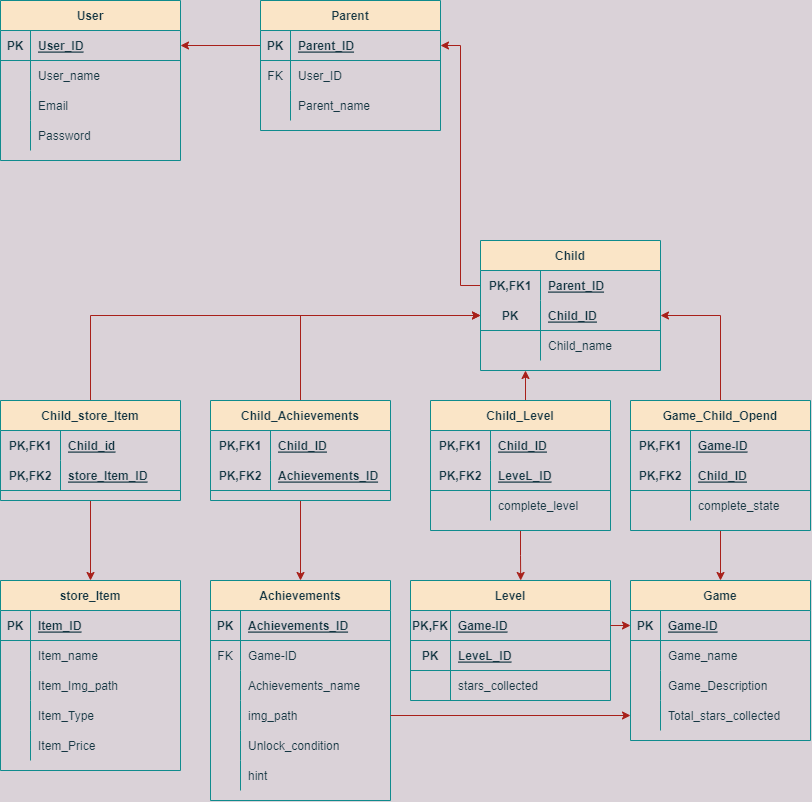
Before: Diagrams/images/Database_Schema-Page-2.drawio.png, a diagram exported from draw.io (LUDOOS/LUDOSDOCS). Source tidied: cells renumbered, new cells last; positions are measured from the earlier drawing's top-left corner, leaving out a move shared by most shapes.
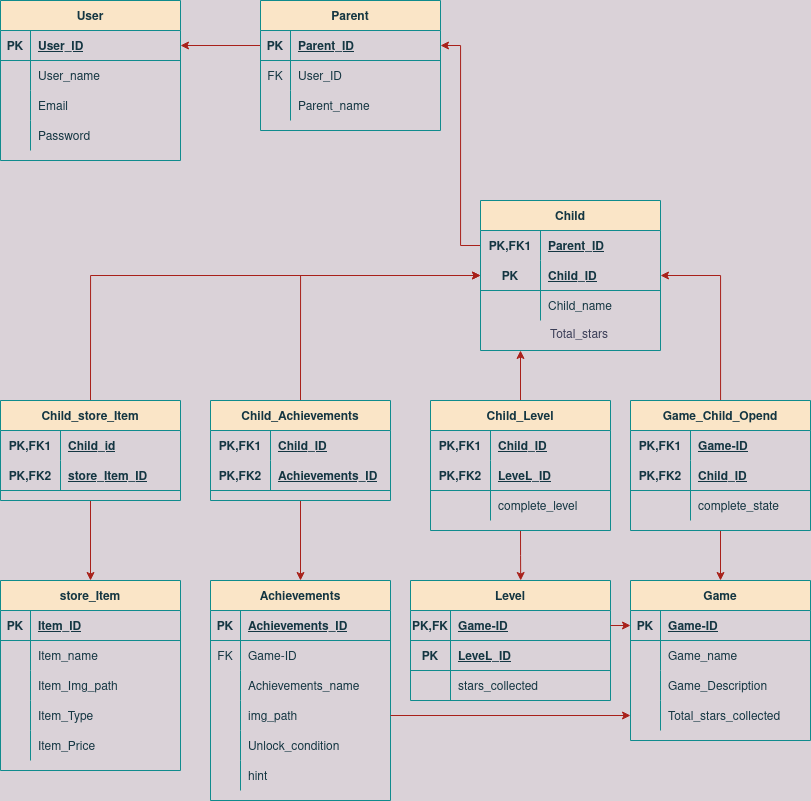
After the change.

Commit message:
update the class diagram and the db schema and erd

The edit, as a diff of the source:
```diff
@@ -78,7 +78,7 @@
       <mxGeometry relative="1" as="geometry" />
     </mxCell>
     <mxCell id="27" value="Child" style="shape=table;startSize=30;rowLines=0;fontStyle=1;align=center;labelBorderColor=none;fontColor=#143642;fillColor=#FAE5C7;strokeColor=#0F8B8D;" parent="1" vertex="1">
-      <mxGeometry x="480" y="240" width="180" height="130" as="geometry" />
+      <mxGeometry x="480" y="200" width="180" height="150" as="geometry" />
     </mxCell>
     <mxCell id="28" style="shape=tableRow;horizontal=0;startSize=0;swimlaneHead=0;swimlaneBody=0;fillColor=none;points=[[0,0.5],[1,0.5]];portConstraint=eastwest;top=0;left=0;right=0;bottom=0;labelBorderColor=none;fontColor=#143642;strokeColor=#0F8B8D;" parent="27" vertex="1">
       <mxGeometry y="30" width="180" height="30" as="geometry" />
@@ -323,8 +323,10 @@
     <mxCell id="108" style="edgeStyle=orthogonalEdgeStyle;rounded=0;jettySize=auto;html=1;exitX=0.5;exitY=1;exitDx=0;exitDy=0;entryX=0.551;entryY=0;entryDx=0;entryDy=0;entryPerimeter=0;fontColor=#143642;labelBackgroundColor=#DAD2D8;strokeColor=#A8201A;" parent="1" edge="1" source="110" target="62">
       <mxGeometry relative="1" as="geometry" />
     </mxCell>
-    <mxCell id="109" style="edgeStyle=orthogonalEdgeStyle;rounded=0;jettySize=auto;html=1;exitX=0.5;exitY=0;exitDx=0;exitDy=0;entryX=0.25;entryY=1;entryDx=0;entryDy=0;fontColor=#143642;labelBackgroundColor=#DAD2D8;strokeColor=#A8201A;" parent="1" edge="1" source="110" target="27">
-      <mxGeometry relative="1" as="geometry" />
+    <mxCell id="109" style="edgeStyle=orthogonalEdgeStyle;rounded=0;jettySize=auto;html=1;exitX=0.5;exitY=0;exitDx=0;exitDy=0;fontColor=#143642;labelBackgroundColor=#DAD2D8;strokeColor=#A8201A;" parent="1" edge="1" source="110">
+      <mxGeometry relative="1" as="geometry">
+        <mxPoint x="520" y="350" as="targetPoint" />
+      </mxGeometry>
     </mxCell>
     <mxCell id="110" value="Child_Level" style="shape=table;startSize=30;rowLines=0;fontStyle=1;align=center;labelBorderColor=none;fontColor=#143642;fillColor=#FAE5C7;strokeColor=#0F8B8D;" parent="1" vertex="1">
       <mxGeometry x="430" y="400" width="180" height="130" as="geometry" />
@@ -413,5 +415,8 @@
     <mxCell id="138" value="store_Item_ID" style="shape=partialRectangle;fillColor=none;top=0;left=0;bottom=0;right=0;align=left;spacingLeft=6;fontStyle=5;overflow=hidden;labelBorderColor=none;fontColor=#143642;strokeColor=#0F8B8D;" parent="136" vertex="1">
       <mxGeometry x="60" width="120" height="30" as="geometry" />
     </mxCell>
+    <mxCell id="139" value="Total_stars" style="text;strokeColor=none;fillColor=none;align=left;verticalAlign=top;spacingLeft=4;spacingRight=4;overflow=hidden;fontColor=#393C56;" parent="1" vertex="1">
+      <mxGeometry x="544" y="320" width="100" height="26" as="geometry" />
+    </mxCell>
   </root>
 </mxGraphModel>
```
